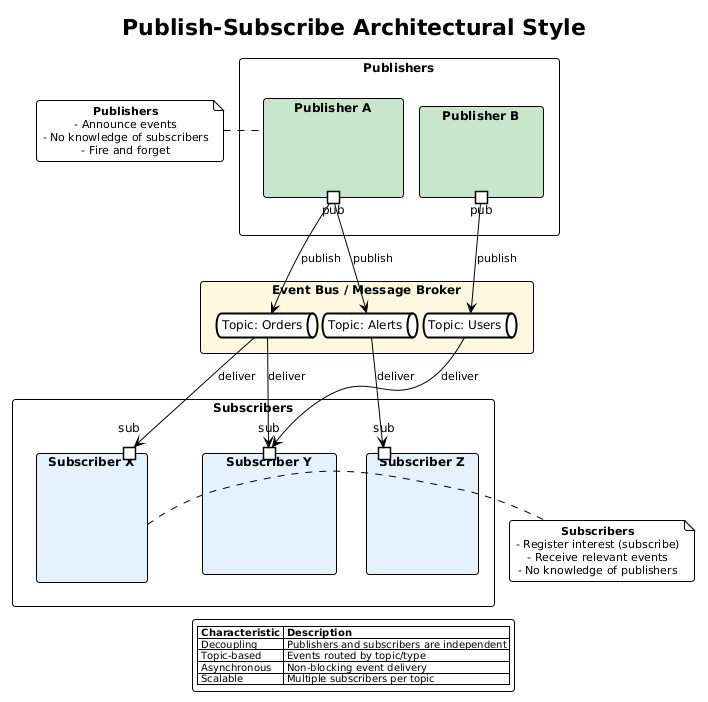
Notoriousjayy/latex-docs keeps this PlantUML diagram as src/architecture/views-and-beyond/style-catalogs/component-and-connector/component-and-connector-views/png/07-publish-subscribe-style.png. Above is the earlier version.
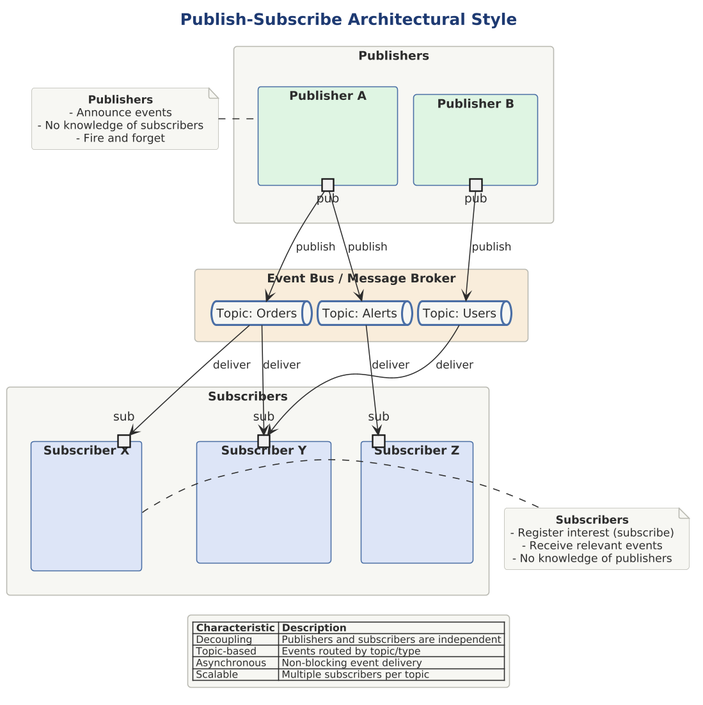
Above is the later version.

The edit, as a diff of the source:
```diff
@@ -1,7 +1,10 @@
 @startuml 07-publish-subscribe-style
+
+skinparam dpi 150
+
+
+
 !include ../../../../../../tooling/styles/plantuml/structural/component-diagram-style.iuml
-
-!theme plain
 
 skinparam queue {
     BorderThickness 2
@@ -10,28 +13,28 @@
 title Publish-Subscribe Architectural Style
 
 package "Publishers" {
-    component "Publisher A" as pa #C8E6C9 {
+    component "Publisher A" as pa $fill_ok {
         portout "pub" as pa_out
     }
-    component "Publisher B" as pb #C8E6C9 {
+    component "Publisher B" as pb $fill_ok {
         portout "pub" as pb_out
     }
 }
 
-rectangle "Event Bus / Message Broker" as bus #FFF8E1 {
+rectangle "Event Bus / Message Broker" as bus $fill_caution {
     queue "Topic: Orders" as t1
     queue "Topic: Users" as t2
     queue "Topic: Alerts" as t3
 }
 
 package "Subscribers" {
-    component "Subscriber X" as sx #E3F2FD {
+    component "Subscriber X" as sx $fill_primary {
         portin "sub" as sx_in
     }
-    component "Subscriber Y" as sy #E3F2FD {
+    component "Subscriber Y" as sy $fill_primary {
         portin "sub" as sy_in
     }
-    component "Subscriber Z" as sz #E3F2FD {
+    component "Subscriber Z" as sz $fill_primary {
         portin "sub" as sz_in
     }
 }
```
